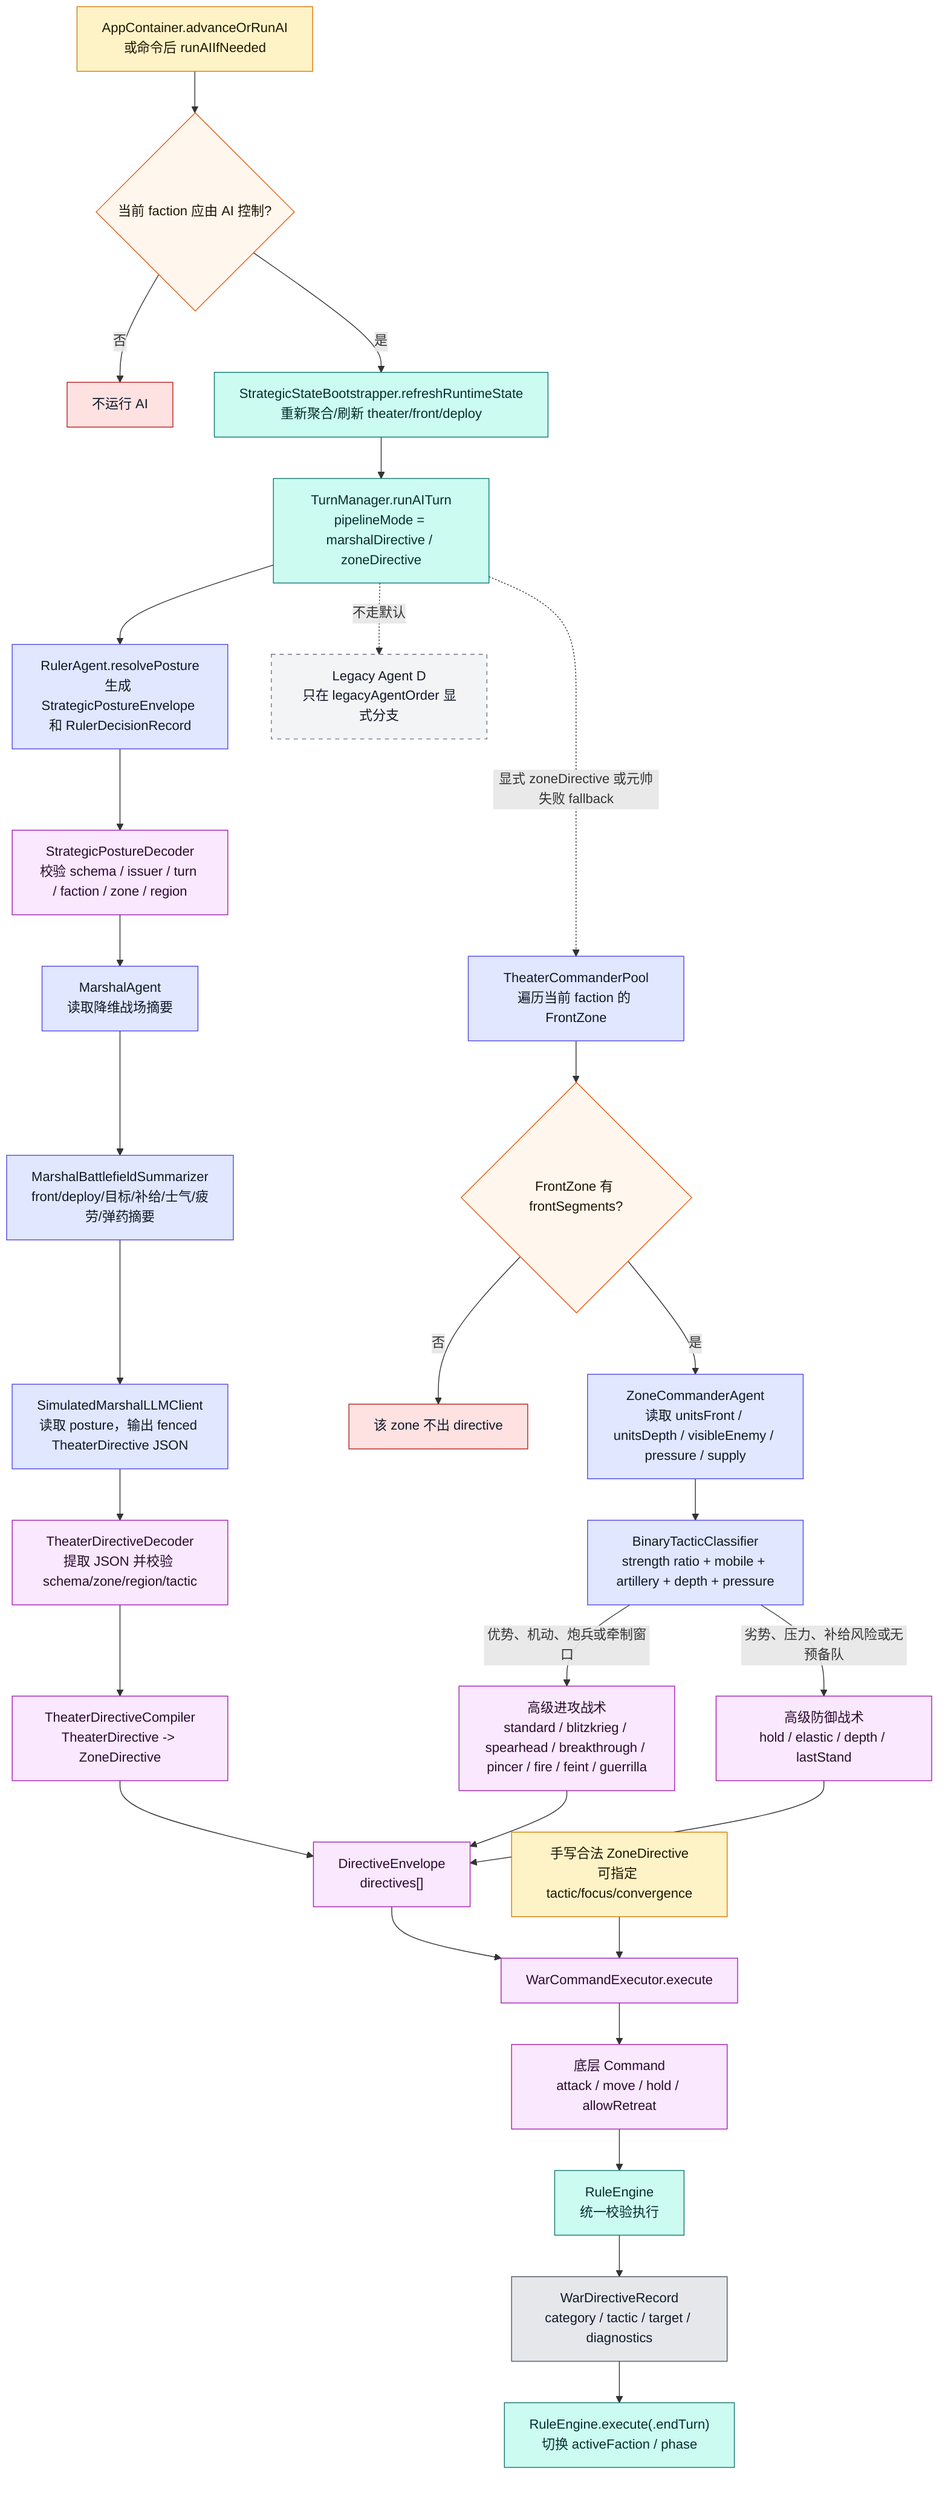
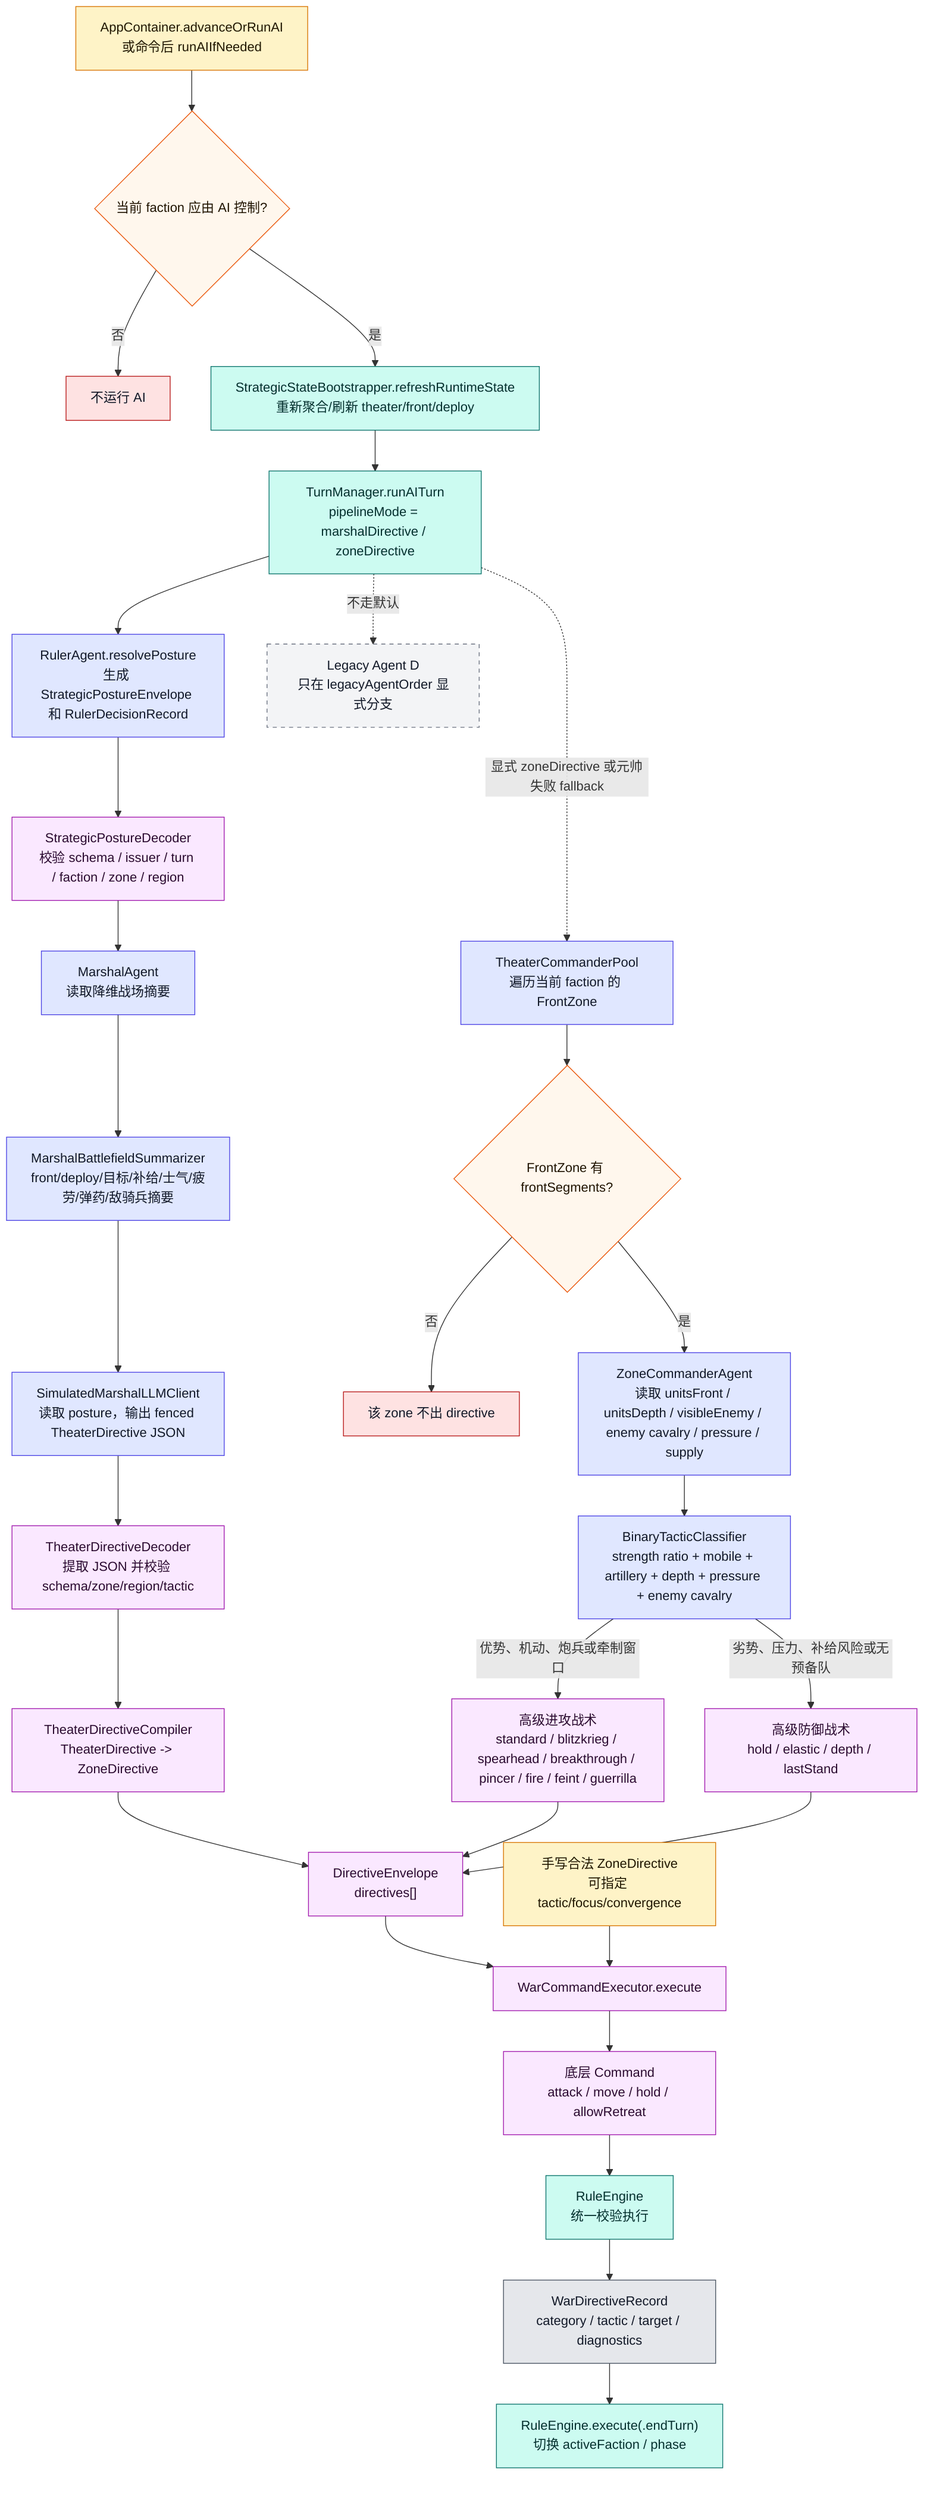
flowchart TD
    START["AppContainer.advanceOrRunAI<br/>或命令后 runAIIfNeeded"]:::input
    CHECK{"当前 faction 应由 AI 控制?"}:::decision
    STOP["不运行 AI"]:::stop
    REFRESH["StrategicStateBootstrapper.refreshRuntimeState<br/>重新聚合/刷新 theater/front/deploy"]:::rules
    TM["TurnManager.runAITurn<br/>pipelineMode = marshalDirective / zoneDirective"]:::rules
    RULER["RulerAgent.resolvePosture<br/>生成 StrategicPostureEnvelope 和 RulerDecisionRecord"]:::ai
    SPDEC["StrategicPostureDecoder<br/>校验 schema / issuer / turn / faction / zone / region"]:::command
    MARSHAL["MarshalAgent<br/>读取降维战场摘要"]:::ai
-     SUMMARY["MarshalBattlefieldSummarizer<br/>front/deploy/目标/补给/士气/疲劳/弹药摘要"]:::ai
+     SUMMARY["MarshalBattlefieldSummarizer<br/>front/deploy/目标/补给/士气/疲劳/弹药/敌骑兵摘要"]:::ai
    LLM["SimulatedMarshalLLMClient<br/>读取 posture，输出 fenced TheaterDirective JSON"]:::ai
    DECODER["TheaterDirectiveDecoder<br/>提取 JSON 并校验 schema/zone/region/tactic"]:::command
    COMPILER["TheaterDirectiveCompiler<br/>TheaterDirective -> ZoneDirective"]:::command
    POOL["TheaterCommanderPool<br/>遍历当前 faction 的 FrontZone"]:::ai
    ZONE{"FrontZone 有 frontSegments?"}:::decision
    SKIP["该 zone 不出 directive"]:::stop
-     AGENT["ZoneCommanderAgent<br/>读取 unitsFront / unitsDepth / visibleEnemy / pressure / supply"]:::ai
-     CLS["BinaryTacticClassifier<br/>strength ratio + mobile + artillery + depth + pressure"]:::ai
+     AGENT["ZoneCommanderAgent<br/>读取 unitsFront / unitsDepth / visibleEnemy / enemy cavalry / pressure / supply"]:::ai
+     CLS["BinaryTacticClassifier<br/>strength ratio + mobile + artillery + depth + pressure + enemy cavalry"]:::ai
    ATK["高级进攻战术<br/>standard / blitzkrieg / spearhead / breakthrough / pincer / fire / feint / guerrilla"]:::command
    DEF["高级防御战术<br/>hold / elastic / depth / lastStand"]:::command
    ENV["DirectiveEnvelope<br/>directives[]"]:::command
    WCE["WarCommandExecutor.execute"]:::command
    BOTTOM["底层 Command<br/>attack / move / hold / allowRetreat"]:::command
    RE["RuleEngine<br/>统一校验执行"]:::rules
    RECORD["WarDirectiveRecord<br/>category / tactic / target / diagnostics"]:::ui
    END["RuleEngine.execute(.endTurn)<br/>切换 activeFaction / phase"]:::rules

    START --> CHECK
    CHECK -->|否| STOP
    CHECK -->|是| REFRESH --> TM --> RULER --> SPDEC --> MARSHAL --> SUMMARY --> LLM --> DECODER --> COMPILER --> ENV
    TM -.显式 zoneDirective 或元帅失败 fallback.-> POOL --> ZONE
    ZONE -->|否| SKIP
    ZONE -->|是| AGENT --> CLS
    CLS -->|优势、机动、炮兵或牵制窗口| ATK
    CLS -->|劣势、压力、补给风险或无预备队| DEF
    ATK --> ENV
    DEF --> ENV
    ENV --> WCE --> BOTTOM --> RE --> RECORD --> END

    LEGACY["Legacy Agent D<br/>只在 legacyAgentOrder 显式分支"]:::legacy
    TM -.不走默认.-> LEGACY

    MANUAL["手写合法 ZoneDirective<br/>可指定 tactic/focus/convergence"]:::input
    MANUAL --> WCE

    classDef input fill:#fef3c7,stroke:#d97706,color:#1f1600
    classDef decision fill:#fff7ed,stroke:#ea580c,color:#1f1300
    classDef stop fill:#fee2e2,stroke:#b91c1c,color:#111827
    classDef rules fill:#ccfbf1,stroke:#0f766e,color:#042f2e
    classDef ai fill:#e0e7ff,stroke:#4f46e5,color:#111827
    classDef command fill:#fae8ff,stroke:#a21caf,color:#2a0a2f
    classDef ui fill:#e5e7eb,stroke:#4b5563,color:#111827
    classDef legacy fill:#f3f4f6,stroke:#6b7280,stroke-dasharray:5 5,color:#111827
